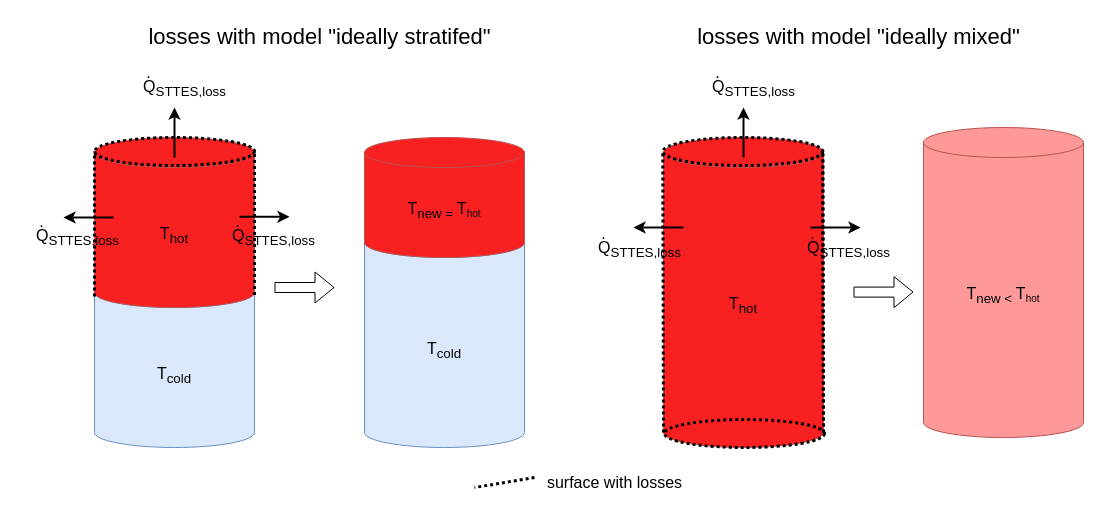
Above: docs/fig/source_files/241212_STTES_losses.drawio in QuaSi-Software/Documentation (draw.io), before the change. Source tidied: cells renumbered, new cells numbered last; positions are measured from the earlier drawing's top-left corner, leaving out a move shared by most shapes. Both pictures are drawn from the tidied source at 100%, with x=0, y=0 at pixel (22, 17).
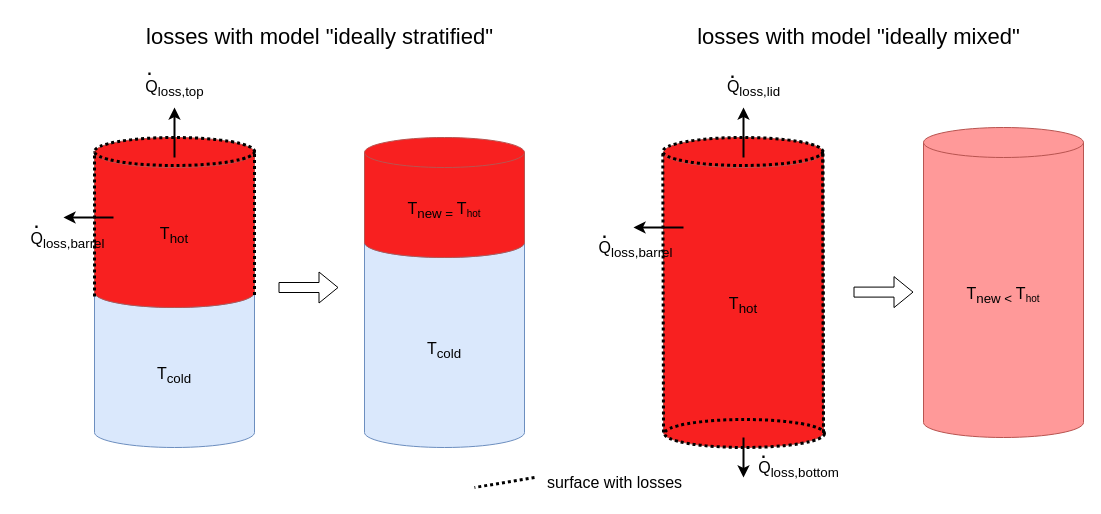
After the change.

Commit message (it also covers changes not shown here):
remove index ‘STTES’ from graphics and formulas for better readability

Change to the diagram source:
```diff
@@
-    <mxCell id="4" style="endArrow=classic;startArrow=none;html=1;rounded=0;strokeColor=#000000;strokeWidth=2;fontSize=16;startFill=0;" parent="1" edge="1">
-      <mxGeometry relative="1" as="geometry">
-        <mxPoint x="217" y="199.3" as="sourcePoint" />
-        <mxPoint x="267" y="199.3" as="targetPoint" />
-      </mxGeometry>
-    </mxCell>
@@
-    <mxCell id="7" value="Q&lt;sub&gt;STTES,loss&lt;/sub&gt;" style="text;html=1;align=center;verticalAlign=middle;strokeColor=none;fillColor=none;fontSize=16;" parent="1" vertex="1">
-      <mxGeometry x="196" y="200" width="110" height="40" as="geometry" />
-    </mxCell>
-    <mxCell id="8" value="." style="text;html=1;align=center;verticalAlign=middle;strokeColor=none;fillColor=none;fontSize=16;" parent="1" vertex="1">
-      <mxGeometry x="200" y="189" width="30" height="30" as="geometry" />
-    </mxCell>
-    <mxCell id="9" value="Q&lt;sub&gt;STTES,loss&lt;/sub&gt;" style="text;html=1;align=center;verticalAlign=middle;strokeColor=none;fillColor=none;fontSize=16;" parent="1" vertex="1">
-      <mxGeometry x="107" y="51" width="110" height="40" as="geometry" />
+    <mxCell id="9" value="Q&lt;sub&gt;loss,top&lt;/sub&gt;" style="text;html=1;align=center;verticalAlign=middle;strokeColor=none;fillColor=none;fontSize=16;" parent="1" vertex="1">
+      <mxGeometry x="112" y="51" width="80" height="40" as="geometry" />
     </mxCell>
-    <mxCell id="10" value="." style="text;html=1;align=center;verticalAlign=middle;strokeColor=none;fillColor=none;fontSize=16;" parent="1" vertex="1">
-      <mxGeometry x="111" y="40" width="30" height="30" as="geometry" />
+    <mxCell id="10" value="." style="text;html=1;align=center;verticalAlign=middle;strokeColor=none;fillColor=none;fontSize=16;fontStyle=1;" parent="1" vertex="1">
+      <mxGeometry x="112" y="37" width="30" height="30" as="geometry" />
     </mxCell>
-    <mxCell id="11" value="Q&lt;sub&gt;STTES,loss&lt;/sub&gt;" style="text;html=1;align=center;verticalAlign=middle;strokeColor=none;fillColor=none;fontSize=16;" parent="1" vertex="1">
-      <mxGeometry y="200" width="110" height="40" as="geometry" />
+    <mxCell id="11" value="Q&lt;sub&gt;loss,barrel&lt;/sub&gt;" style="text;html=1;align=center;verticalAlign=middle;strokeColor=none;fillColor=none;fontSize=16;" parent="1" vertex="1">
+      <mxGeometry x="-5" y="202.5" width="100" height="40" as="geometry" />
     </mxCell>
-    <mxCell id="12" value="." style="text;html=1;align=center;verticalAlign=middle;strokeColor=none;fillColor=none;fontSize=16;" parent="1" vertex="1">
-      <mxGeometry x="4" y="189" width="30" height="30" as="geometry" />
+    <mxCell id="12" value="." style="text;html=1;align=center;verticalAlign=middle;strokeColor=none;fillColor=none;fontSize=16;fontStyle=1;" parent="1" vertex="1">
+      <mxGeometry x="-1" y="189.5" width="30" height="30" as="geometry" />
     </mxCell>
     <mxCell id="13" style="shape=flexArrow;endArrow=classic;html=1;rounded=0;" parent="1" edge="1">
       <mxGeometry relative="1" as="geometry">
-        <mxPoint x="252" y="270" as="sourcePoint" />
-        <mxPoint x="312" y="270" as="targetPoint" />
+        <mxPoint x="256" y="270" as="sourcePoint" />
+        <mxPoint x="316" y="270" as="targetPoint" />
       </mxGeometry>
     </mxCell>
@@
     <mxCell id="17" style="endArrow=classic;startArrow=none;html=1;rounded=0;strokeColor=#000000;strokeWidth=2;fontSize=16;startFill=0;" parent="1" edge="1">
       <mxGeometry relative="1" as="geometry">
-        <mxPoint x="788" y="210" as="sourcePoint" />
-        <mxPoint x="838" y="210" as="targetPoint" />
+        <mxPoint x="721" y="420" as="sourcePoint" />
+        <mxPoint x="721" y="460" as="targetPoint" />
       </mxGeometry>
     </mxCell>
@@
-    <mxCell id="20" value="Q&lt;sub&gt;STTES,loss&lt;/sub&gt;" style="text;html=1;align=center;verticalAlign=middle;strokeColor=none;fillColor=none;fontSize=16;" parent="1" vertex="1">
-      <mxGeometry x="771" y="212" width="110" height="40" as="geometry" />
+    <mxCell id="20" value="Q&lt;sub&gt;loss,bottom&lt;/sub&gt;" style="text;html=1;align=center;verticalAlign=middle;strokeColor=none;fillColor=none;fontSize=16;" parent="1" vertex="1">
+      <mxGeometry x="726" y="432" width="100" height="40" as="geometry" />
     </mxCell>
-    <mxCell id="21" value="." style="text;html=1;align=center;verticalAlign=middle;strokeColor=none;fillColor=none;fontSize=16;" parent="1" vertex="1">
-      <mxGeometry x="775" y="201" width="30" height="30" as="geometry" />
+    <mxCell id="21" value="." style="text;html=1;align=center;verticalAlign=middle;strokeColor=none;fillColor=none;fontSize=16;fontStyle=1;" parent="1" vertex="1">
+      <mxGeometry x="726" y="420" width="30" height="30" as="geometry" />
     </mxCell>
-    <mxCell id="22" value="Q&lt;sub&gt;STTES,loss&lt;/sub&gt;" style="text;html=1;align=center;verticalAlign=middle;strokeColor=none;fillColor=none;fontSize=16;" parent="1" vertex="1">
-      <mxGeometry x="676" y="51" width="110" height="40" as="geometry" />
+    <mxCell id="22" value="Q&lt;sub&gt;loss,lid&lt;/sub&gt;" style="text;html=1;align=center;verticalAlign=middle;strokeColor=none;fillColor=none;fontSize=16;" parent="1" vertex="1">
+      <mxGeometry x="691" y="51" width="80" height="40" as="geometry" />
     </mxCell>
-    <mxCell id="23" value="." style="text;html=1;align=center;verticalAlign=middle;strokeColor=none;fillColor=none;fontSize=16;" parent="1" vertex="1">
-      <mxGeometry x="680" y="40" width="30" height="30" as="geometry" />
+    <mxCell id="23" value="." style="text;html=1;align=center;verticalAlign=middle;strokeColor=none;fillColor=none;fontSize=16;fontStyle=1;" parent="1" vertex="1">
+      <mxGeometry x="695" y="40" width="30" height="30" as="geometry" />
     </mxCell>
-    <mxCell id="24" value="Q&lt;sub&gt;STTES,loss&lt;/sub&gt;" style="text;html=1;align=center;verticalAlign=middle;strokeColor=none;fillColor=none;fontSize=16;" parent="1" vertex="1">
-      <mxGeometry x="562" y="212" width="110" height="40" as="geometry" />
+    <mxCell id="24" value="Q&lt;sub&gt;loss,barrel&lt;/sub&gt;" style="text;html=1;align=center;verticalAlign=middle;strokeColor=none;fillColor=none;fontSize=16;" parent="1" vertex="1">
+      <mxGeometry x="563" y="212" width="100" height="40" as="geometry" />
     </mxCell>
-    <mxCell id="25" value="." style="text;html=1;align=center;verticalAlign=middle;strokeColor=none;fillColor=none;fontSize=16;" parent="1" vertex="1">
-      <mxGeometry x="566" y="201" width="30" height="30" as="geometry" />
+    <mxCell id="25" value="." style="text;html=1;align=center;verticalAlign=middle;strokeColor=none;fillColor=none;fontSize=16;fontStyle=1;" parent="1" vertex="1">
+      <mxGeometry x="567" y="200" width="30" height="30" as="geometry" />
     </mxCell>
@@
-    <mxCell id="27" value="losses with model &quot;ideally stratifed&quot;" style="text;html=1;align=center;verticalAlign=middle;strokeColor=none;fillColor=none;fontSize=22;" parent="1" vertex="1">
+    <mxCell id="27" value="losses with model &quot;ideally stratified&quot;" style="text;html=1;align=center;verticalAlign=middle;strokeColor=none;fillColor=none;fontSize=22;" parent="1" vertex="1">
       <mxGeometry x="112" width="370" height="40" as="geometry" />
     </mxCell>
```
